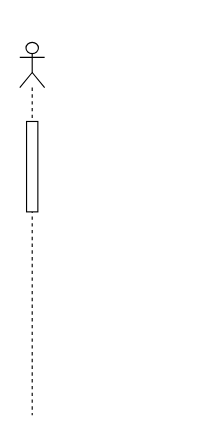
Earlier version of the draw.io diagram Untitled Diagram.drawio (dragoniris7/JAVA_FCB). Source tidied: cells renumbered, new cells numbered last; positions are measured from the earlier drawing's top-left corner, leaving out a move shared by most shapes. Both pictures are drawn from the tidied source at 113%, with x=0, y=0 at pixel (19, 42).
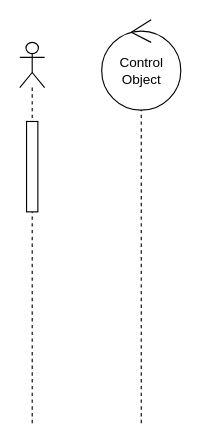
The same diagram, later.

Diff of the diagram source:
```diff
@@
 <mxGraphModel>
   <root>
     <mxCell id="0" />
     <mxCell id="1" parent="0" />
     <mxCell id="2" style="shape=umlLifeline;participant=umlActor;perimeter=lifelinePerimeter;whiteSpace=wrap;html=1;verticalAlign=top;spacingTop=36;" parent="1" vertex="1">
-      <mxGeometry width="22" height="330" as="geometry" />
+      <mxGeometry width="22" height="340" as="geometry" />
     </mxCell>
     <mxCell id="3" style="html=1;perimeter=orthogonalPerimeter;" parent="2" vertex="1">
       <mxGeometry x="6" y="70" width="10" height="80" as="geometry" />
     </mxCell>
+    <mxCell id="4" style="shape=umlLifeline;participant=umlControl;perimeter=lifelinePerimeter;whiteSpace=wrap;html=1;verticalAlign=top;spacingTop=36;" parent="1" vertex="1">
+      <mxGeometry x="80" width="55" height="340" as="geometry" />
+    </mxCell>
+    <mxCell id="5" value="Control Object" style="ellipse;shape=umlControl;whiteSpace=wrap;html=1;" parent="4" vertex="1">
+      <mxGeometry x="-7.5" y="-20" width="70" height="80" as="geometry" />
+    </mxCell>
   </root>
 </mxGraphModel>
```
